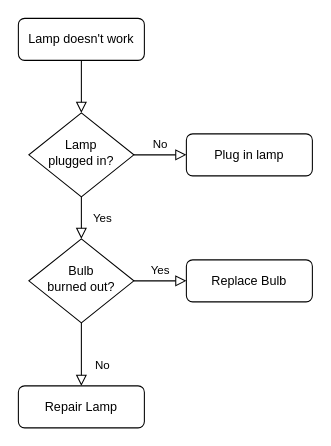
Above: Untitled Diagram.drawio in Sushma-code-cloud/forgoodfirstissue (draw.io), before the change. Source tidied: cells renumbered, new cells numbered last; positions are measured from the earlier drawing's top-left corner, leaving out a move shared by most shapes. Both pictures are drawn from the tidied source at 105%, with x=0, y=0 at pixel (18, 18).
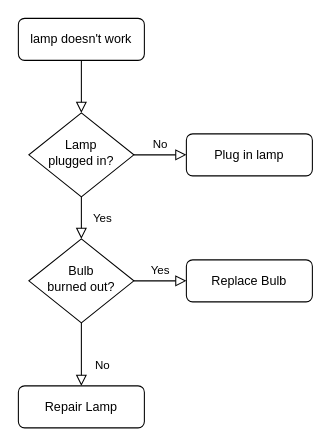
The same page after the edit.

What changed in the source:
```diff
@@
 <mxGraphModel>
   <root>
     <mxCell id="0" />
     <mxCell id="1" parent="0" />
     <mxCell id="2" style="rounded=0;html=1;jettySize=auto;fontSize=11;endArrow=block;endFill=0;endSize=8;strokeWidth=1;shadow=0;labelBackgroundColor=none;edgeStyle=orthogonalEdgeStyle;" parent="1" edge="1" source="3" target="6">
       <mxGeometry relative="1" as="geometry" />
     </mxCell>
-    <mxCell id="3" value="Lamp doesn't work" style="rounded=1;whiteSpace=wrap;html=1;fontSize=12;glass=0;strokeWidth=1;shadow=0;" parent="1" vertex="1">
+    <mxCell id="3" value="lamp doesn't work" style="rounded=1;whiteSpace=wrap;html=1;fontSize=12;glass=0;strokeWidth=1;shadow=0;" parent="1" vertex="1">
       <mxGeometry width="120" height="40" as="geometry" />
     </mxCell>
     <mxCell id="4" value="Yes" style="rounded=0;html=1;jettySize=auto;fontSize=11;endArrow=block;endFill=0;endSize=8;strokeWidth=1;shadow=0;labelBackgroundColor=none;edgeStyle=orthogonalEdgeStyle;" parent="1" edge="1" source="6" target="10">
       <mxGeometry y="20" relative="1" as="geometry" />
     </mxCell>
     <mxCell id="5" value="No" style="edgeStyle=orthogonalEdgeStyle;rounded=0;html=1;jettySize=auto;fontSize=11;endArrow=block;endFill=0;endSize=8;strokeWidth=1;shadow=0;labelBackgroundColor=none;" parent="1" edge="1" source="6" target="7">
       <mxGeometry y="10" relative="1" as="geometry" />
     </mxCell>
     <mxCell id="6" value="Lamp&lt;br&gt;plugged in?" style="rhombus;whiteSpace=wrap;html=1;shadow=0;fontFamily=Helvetica;fontSize=12;align=center;strokeWidth=1;spacing=6;spacingTop=-4;" parent="1" vertex="1">
       <mxGeometry x="10" y="90" width="100" height="80" as="geometry" />
     </mxCell>
     <mxCell id="7" value="Plug in lamp" style="rounded=1;whiteSpace=wrap;html=1;fontSize=12;glass=0;strokeWidth=1;shadow=0;" parent="1" vertex="1">
       <mxGeometry x="160" y="110" width="120" height="40" as="geometry" />
     </mxCell>
     <mxCell id="8" value="No" style="rounded=0;html=1;jettySize=auto;fontSize=11;endArrow=block;endFill=0;endSize=8;strokeWidth=1;shadow=0;labelBackgroundColor=none;edgeStyle=orthogonalEdgeStyle;" parent="1" edge="1" source="10" target="11">
       <mxGeometry x="0.33" y="20" relative="1" as="geometry" />
     </mxCell>
     <mxCell id="9" value="Yes" style="edgeStyle=orthogonalEdgeStyle;rounded=0;html=1;jettySize=auto;fontSize=11;endArrow=block;endFill=0;endSize=8;strokeWidth=1;shadow=0;labelBackgroundColor=none;" parent="1" edge="1" source="10" target="12">
       <mxGeometry y="10" relative="1" as="geometry" />
     </mxCell>
     <mxCell id="10" value="Bulb&lt;br&gt;burned out?" style="rhombus;whiteSpace=wrap;html=1;shadow=0;fontFamily=Helvetica;fontSize=12;align=center;strokeWidth=1;spacing=6;spacingTop=-4;" parent="1" vertex="1">
       <mxGeometry x="10" y="210" width="100" height="80" as="geometry" />
     </mxCell>
     <mxCell id="11" value="Repair Lamp" style="rounded=1;whiteSpace=wrap;html=1;fontSize=12;glass=0;strokeWidth=1;shadow=0;" parent="1" vertex="1">
       <mxGeometry y="350" width="120" height="40" as="geometry" />
     </mxCell>
     <mxCell id="12" value="Replace Bulb" style="rounded=1;whiteSpace=wrap;html=1;fontSize=12;glass=0;strokeWidth=1;shadow=0;" parent="1" vertex="1">
       <mxGeometry x="160" y="230" width="120" height="40" as="geometry" />
     </mxCell>
   </root>
 </mxGraphModel>
```
